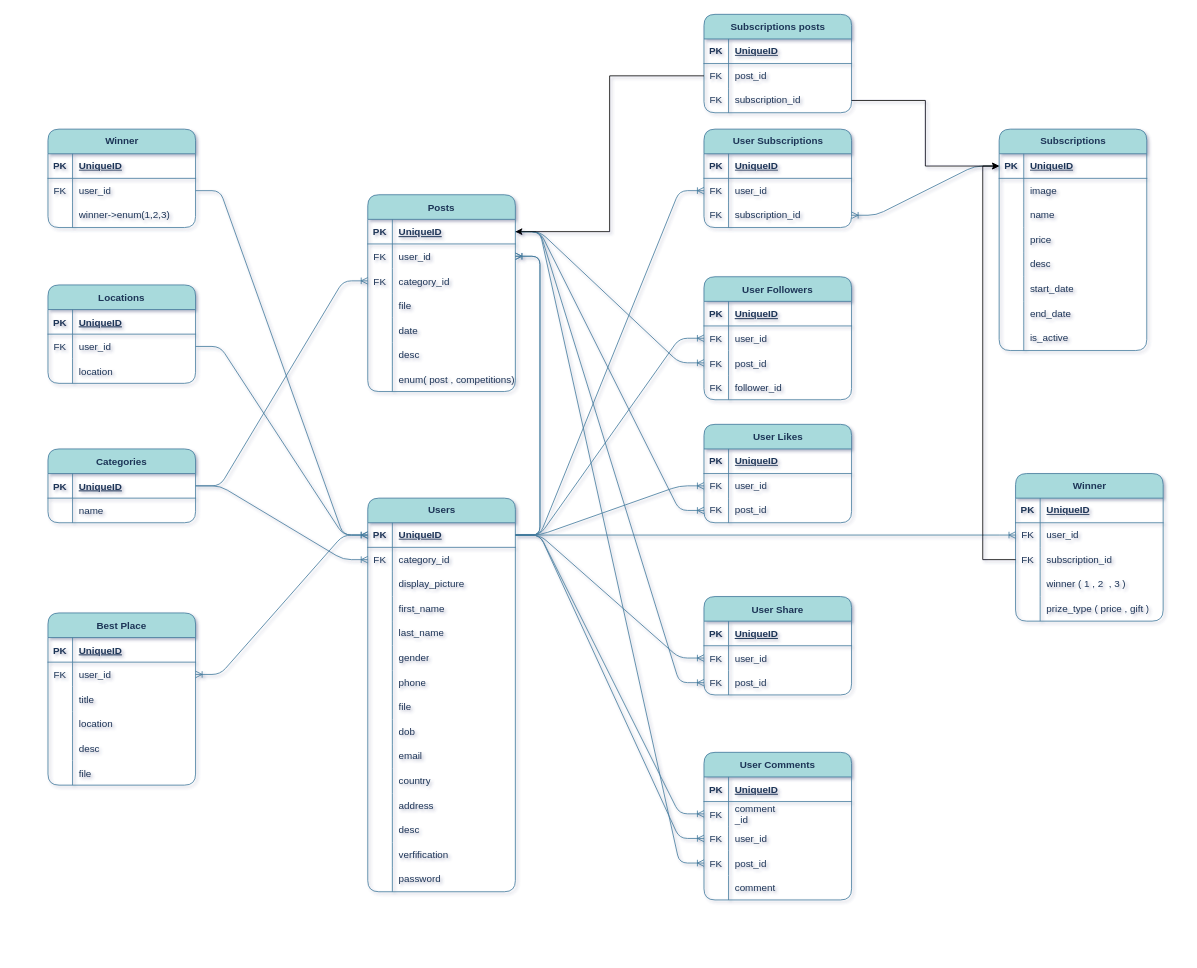
Before: drone.drawio in ShariqBinZaid/dashboard_drone, a draw.io diagram. Source tidied: cells renumbered, new cells numbered last; positions are measured from the earlier drawing's top-left corner, leaving out a move shared by most shapes. Both pictures are drawn from the tidied source at 82%, with x=0, y=0 at pixel (48, 14).
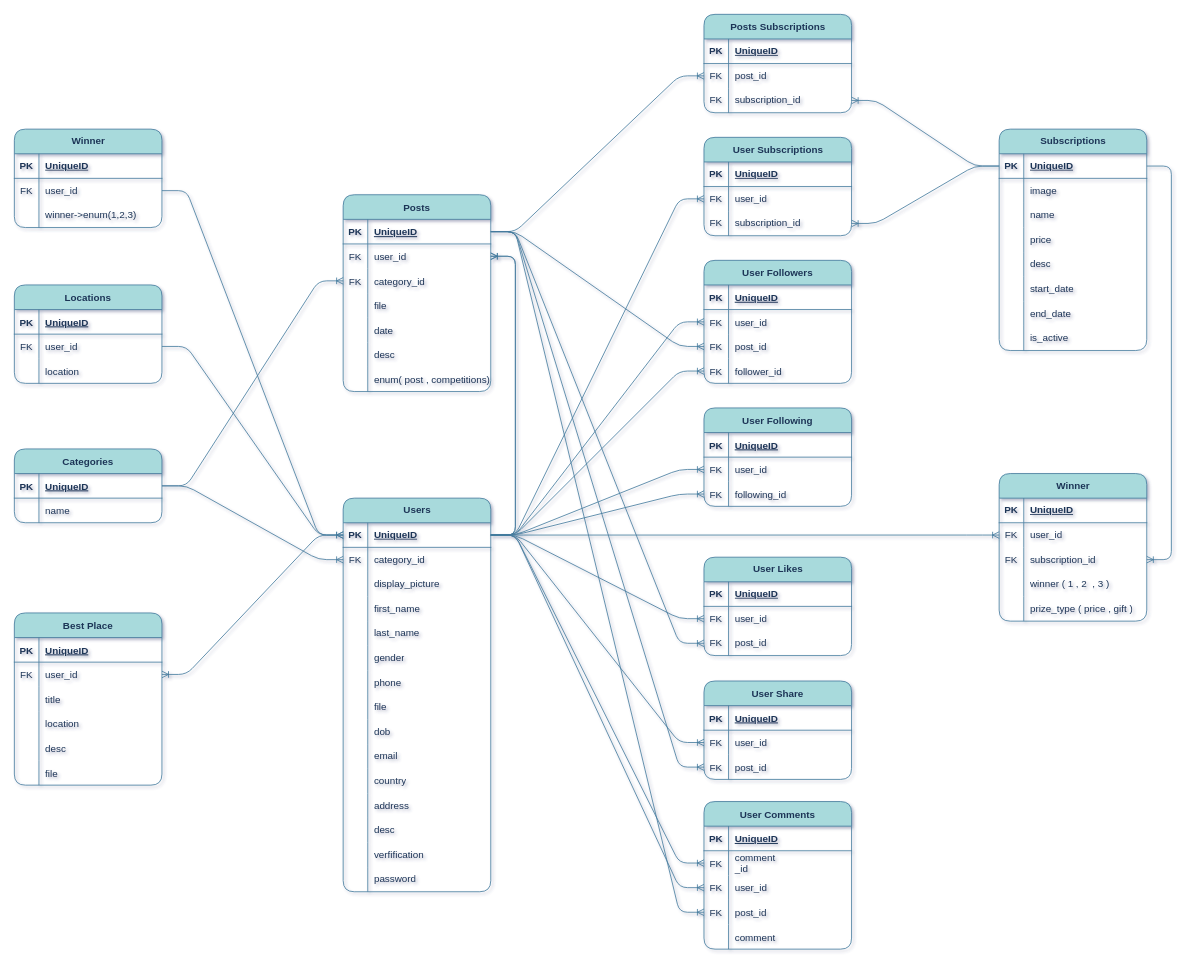
The same page after the edit.

Unchanged cells that the change refers to:
```xml
<mxCell id="3" style="shape=tableRow;horizontal=0;startSize=0;swimlaneHead=0;swimlaneBody=0;fillColor=none;points=[[0,0.5],[1,0.5]];portConstraint=eastwest;top=0;left=0;right=0;bottom=1;rounded=1;labelBackgroundColor=none;strokeColor=#457B9D;fontColor=#1D3557;" parent="2" vertex="1">
  <mxGeometry y="30" width="180" height="30" as="geometry" />
</mxCell>
<mxCell id="49" style="shape=tableRow;horizontal=0;startSize=0;swimlaneHead=0;swimlaneBody=0;fillColor=none;points=[[0,0.5],[1,0.5]];portConstraint=eastwest;top=0;left=0;right=0;bottom=1;labelBackgroundColor=none;strokeColor=#457B9D;fontColor=#1D3557;rounded=1;" parent="48" vertex="1">
  <mxGeometry y="30" width="180" height="30" as="geometry" />
</mxCell>
<mxCell id="95" style="shape=tableRow;horizontal=0;startSize=0;swimlaneHead=0;swimlaneBody=0;fillColor=none;points=[[0,0.5],[1,0.5]];portConstraint=eastwest;top=0;left=0;right=0;bottom=0;rounded=1;labelBackgroundColor=none;strokeColor=#457B9D;fontColor=#1D3557;" parent="85" vertex="1">
  <mxGeometry y="120" width="180" height="30" as="geometry" />
</mxCell>
<mxCell id="130" style="shape=tableRow;horizontal=0;startSize=0;swimlaneHead=0;swimlaneBody=0;fillColor=none;points=[[0,0.5],[1,0.5]];portConstraint=eastwest;top=0;left=0;right=0;bottom=1;rounded=1;labelBackgroundColor=none;strokeColor=#457B9D;fontColor=#1D3557;" parent="129" vertex="1">
  <mxGeometry y="30" width="180" height="30" as="geometry" />
</mxCell>
<mxCell id="133" style="shape=tableRow;horizontal=0;startSize=0;swimlaneHead=0;swimlaneBody=0;fillColor=none;points=[[0,0.5],[1,0.5]];portConstraint=eastwest;top=0;left=0;right=0;bottom=0;rounded=1;labelBackgroundColor=none;strokeColor=#457B9D;fontColor=#1D3557;" parent="129" vertex="1">
  <mxGeometry y="60" width="180" height="30" as="geometry" />
</mxCell>
<mxCell id="211" style="shape=tableRow;horizontal=0;startSize=0;swimlaneHead=0;swimlaneBody=0;fillColor=none;points=[[0,0.5],[1,0.5]];portConstraint=eastwest;top=0;left=0;right=0;bottom=0;labelBackgroundColor=none;strokeColor=#457B9D;fontColor=#1D3557;rounded=1;" parent="204" vertex="1">
  <mxGeometry y="90" width="180" height="30" as="geometry" />
</mxCell>
<mxCell id="240" style="shape=tableRow;horizontal=0;startSize=0;swimlaneHead=0;swimlaneBody=0;fillColor=none;points=[[0,0.5],[1,0.5]];portConstraint=eastwest;top=0;left=0;right=0;bottom=0;labelBackgroundColor=none;strokeColor=#457B9D;fontColor=#1D3557;rounded=1;" parent="236" vertex="1">
  <mxGeometry y="60" width="180" height="30" as="geometry" />
</mxCell>
<mxCell id="243" style="shape=tableRow;horizontal=0;startSize=0;swimlaneHead=0;swimlaneBody=0;fillColor=none;points=[[0,0.5],[1,0.5]];portConstraint=eastwest;top=0;left=0;right=0;bottom=0;labelBackgroundColor=none;strokeColor=#457B9D;fontColor=#1D3557;rounded=1;" parent="236" vertex="1">
  <mxGeometry y="90" width="180" height="30" as="geometry" />
</mxCell>
```

Diff of the diagram source:
```diff
@@
     <mxCell id="2" value="Users" style="shape=table;startSize=30;childLayout=tableLayout;rowLines=0;fontStyle=1;align=center;html=1;rounded=1;labelBackgroundColor=none;fillColor=#A8DADC;strokeColor=#457B9D;fontColor=#1D3557;" parent="1" vertex="1">
-      <mxGeometry x="390" y="590" width="180" height="480" as="geometry" />
+      <mxGeometry x="360" y="590" width="180" height="480" as="geometry" />
     </mxCell>
@@
     <mxCell id="73" value="User Subscriptions" style="shape=table;startSize=30;childLayout=tableLayout;rowLines=0;fontStyle=1;align=center;html=1;labelBackgroundColor=none;fillColor=#A8DADC;strokeColor=#457B9D;fontColor=#1D3557;rounded=1;" parent="1" vertex="1">
-      <mxGeometry x="800" y="140" width="180" height="120" as="geometry" />
+      <mxGeometry x="800" y="150" width="180" height="120" as="geometry" />
     </mxCell>
@@
     <mxCell id="85" value="User Followers" style="shape=table;startSize=30;childLayout=tableLayout;rowLines=0;fontStyle=1;align=center;rounded=1;labelBackgroundColor=none;fillColor=#A8DADC;strokeColor=#457B9D;fontColor=#1D3557;" parent="1" vertex="1">
-      <mxGeometry x="800" y="320" width="180" height="150" as="geometry" />
+      <mxGeometry x="800" y="300" width="180" height="150" as="geometry" />
     </mxCell>
@@
     <mxCell id="99" value="User Likes" style="shape=table;startSize=30;childLayout=tableLayout;rowLines=0;fontStyle=1;align=center;html=1;labelBackgroundColor=none;fillColor=#A8DADC;strokeColor=#457B9D;fontColor=#1D3557;rounded=1;" parent="1" vertex="1">
-      <mxGeometry x="800" y="500" width="180" height="120" as="geometry" />
+      <mxGeometry x="800" y="662" width="180" height="120" as="geometry" />
     </mxCell>
@@
     <mxCell id="110" value="User Comments" style="shape=table;startSize=30;childLayout=tableLayout;rowLines=0;fontStyle=1;align=center;rounded=1;labelBackgroundColor=none;fillColor=#A8DADC;strokeColor=#457B9D;fontColor=#1D3557;" parent="1" vertex="1">
-      <mxGeometry x="800" y="900" width="180" height="180" as="geometry" />
+      <mxGeometry x="800" y="960" width="180" height="180" as="geometry" />
     </mxCell>
@@
     <mxCell id="129" value="Posts" style="shape=table;startSize=30;childLayout=tableLayout;rowLines=0;fontStyle=1;align=center;rounded=1;labelBackgroundColor=none;fillColor=#A8DADC;strokeColor=#457B9D;fontColor=#1D3557;" parent="1" vertex="1">
-      <mxGeometry x="390" y="220" width="180" height="240" as="geometry" />
+      <mxGeometry x="360" y="220" width="180" height="240" as="geometry" />
     </mxCell>
@@
     <mxCell id="151" style="edgeStyle=entityRelationEdgeStyle;fontSize=12;html=1;endArrow=ERoneToMany;rounded=1;labelBackgroundColor=none;strokeColor=#457B9D;fontColor=default;" parent="1" edge="1" source="3" target="133">
       <mxGeometry relative="1" as="geometry">
         <Array as="points">
-          <mxPoint x="1080" y="1030" />
+          <mxPoint x="1050" y="1030" />
         </Array>
       </mxGeometry>
     </mxCell>
     <mxCell id="152" value="Categories" style="shape=table;startSize=30;childLayout=tableLayout;rowLines=0;fontStyle=1;align=center;rounded=1;labelBackgroundColor=none;fillColor=#A8DADC;strokeColor=#457B9D;fontColor=#1D3557;" parent="1" vertex="1">
-      <mxGeometry y="530" width="180" height="90" as="geometry" />
+      <mxGeometry x="-41" y="530" width="180" height="90" as="geometry" />
     </mxCell>
@@
     <mxCell id="160" value="User Share" style="shape=table;startSize=30;childLayout=tableLayout;rowLines=0;fontStyle=1;align=center;rounded=1;labelBackgroundColor=none;fillColor=#A8DADC;strokeColor=#457B9D;fontColor=#1D3557;" parent="1" vertex="1">
-      <mxGeometry x="800" y="710" width="180" height="120" as="geometry" />
+      <mxGeometry x="800" y="813" width="180" height="120" as="geometry" />
     </mxCell>
@@
     <mxCell id="173" value="Best Place" style="shape=table;startSize=30;childLayout=tableLayout;rowLines=0;fontStyle=1;align=center;rounded=1;labelBackgroundColor=none;fillColor=#A8DADC;strokeColor=#457B9D;fontColor=#1D3557;" parent="1" vertex="1">
-      <mxGeometry y="730" width="180" height="210" as="geometry" />
+      <mxGeometry x="-41" y="730" width="180" height="210" as="geometry" />
     </mxCell>
@@
     <mxCell id="193" value="Locations" style="shape=table;startSize=30;childLayout=tableLayout;rowLines=0;fontStyle=1;align=center;rounded=1;labelBackgroundColor=none;fillColor=#A8DADC;strokeColor=#457B9D;fontColor=#1D3557;" parent="1" vertex="1">
-      <mxGeometry y="330" width="180" height="120" as="geometry" />
+      <mxGeometry x="-41" y="330" width="180" height="120" as="geometry" />
     </mxCell>
@@
     <mxCell id="204" value="Winner" style="shape=table;startSize=30;childLayout=tableLayout;rowLines=0;fontStyle=1;align=center;html=1;labelBackgroundColor=none;fillColor=#A8DADC;strokeColor=#457B9D;fontColor=#1D3557;rounded=1;" parent="1" vertex="1">
-      <mxGeometry x="1180" y="560" width="180" height="180" as="geometry" />
+      <mxGeometry x="1160" y="560" width="180" height="180" as="geometry" />
     </mxCell>
@@
     <mxCell id="222" style="edgeStyle=entityRelationEdgeStyle;fontSize=12;html=1;endArrow=ERoneToMany;rounded=1;labelBackgroundColor=none;strokeColor=#457B9D;fontColor=default;" parent="1" edge="1" source="3" target="133">
       <mxGeometry relative="1" as="geometry">
         <Array as="points">
-          <mxPoint x="280" y="845" />
+          <mxPoint x="250" y="845" />
         </Array>
       </mxGeometry>
     </mxCell>
@@
     <mxCell id="224" value="Winner" style="shape=table;startSize=30;childLayout=tableLayout;rowLines=0;fontStyle=1;align=center;html=1;labelBackgroundColor=none;fillColor=#A8DADC;strokeColor=#457B9D;fontColor=#1D3557;rounded=1;" parent="1" vertex="1">
-      <mxGeometry y="140" width="180" height="120" as="geometry" />
+      <mxGeometry x="-41" y="140" width="180" height="120" as="geometry" />
     </mxCell>
@@
-    <mxCell id="235" style="edgeStyle=orthogonalEdgeStyle;rounded=0;jettySize=auto;html=1;exitX=0;exitY=0.5;exitDx=0;exitDy=0;entryX=0;entryY=0.5;entryDx=0;entryDy=0;" parent="1" edge="1" source="211" target="49">
-      <mxGeometry relative="1" as="geometry" />
-    </mxCell>
-    <mxCell id="236" value="Subscriptions posts" style="shape=table;startSize=30;childLayout=tableLayout;rowLines=0;fontStyle=1;align=center;html=1;labelBackgroundColor=none;fillColor=#A8DADC;strokeColor=#457B9D;fontColor=#1D3557;rounded=1;" parent="1" vertex="1">
+    <mxCell id="236" value="Posts Subscriptions" style="shape=table;startSize=30;childLayout=tableLayout;rowLines=0;fontStyle=1;align=center;html=1;labelBackgroundColor=none;fillColor=#A8DADC;strokeColor=#457B9D;fontColor=#1D3557;rounded=1;" parent="1" vertex="1">
       <mxGeometry x="800" width="180" height="120" as="geometry" />
     </mxCell>
@@
-    <mxCell id="246" style="edgeStyle=orthogonalEdgeStyle;rounded=0;jettySize=auto;html=1;exitX=0;exitY=0.5;exitDx=0;exitDy=0;" parent="1" edge="1" source="240" target="130">
-      <mxGeometry relative="1" as="geometry" />
-    </mxCell>
-    <mxCell id="247" style="edgeStyle=orthogonalEdgeStyle;rounded=0;jettySize=auto;html=1;exitX=1;exitY=0.5;exitDx=0;exitDy=0;entryX=0;entryY=0.5;entryDx=0;entryDy=0;" parent="1" edge="1" source="243" target="49">
-      <mxGeometry relative="1" as="geometry" />
-    </mxCell>
+    <mxCell id="248" style="edgeStyle=entityRelationEdgeStyle;fontSize=12;html=1;endArrow=ERoneToMany;rounded=1;labelBackgroundColor=none;strokeColor=#457B9D;fontColor=default;" parent="1" edge="1" source="49" target="211">
+      <mxGeometry relative="1" as="geometry">
+        <Array as="points">
+          <mxPoint x="1130" y="610" />
+        </Array>
+      </mxGeometry>
+    </mxCell>
+    <mxCell id="249" style="edgeStyle=entityRelationEdgeStyle;fontSize=12;html=1;endArrow=ERoneToMany;rounded=1;labelBackgroundColor=none;strokeColor=#457B9D;fontColor=default;" parent="1" edge="1" source="49" target="243">
+      <mxGeometry relative="1" as="geometry">
+        <Array as="points">
+          <mxPoint x="1130" y="610" />
+        </Array>
+      </mxGeometry>
+    </mxCell>
+    <mxCell id="250" style="edgeStyle=entityRelationEdgeStyle;fontSize=12;html=1;endArrow=ERoneToMany;rounded=1;labelBackgroundColor=none;strokeColor=#457B9D;fontColor=default;" parent="1" edge="1" source="130" target="240">
+      <mxGeometry relative="1" as="geometry">
+        <Array as="points">
+          <mxPoint x="1140" y="620" />
+        </Array>
+      </mxGeometry>
+    </mxCell>
+    <mxCell id="251" value="User Following" style="shape=table;startSize=30;childLayout=tableLayout;rowLines=0;fontStyle=1;align=center;rounded=1;labelBackgroundColor=none;fillColor=#A8DADC;strokeColor=#457B9D;fontColor=#1D3557;" parent="1" vertex="1">
+      <mxGeometry x="800" y="480" width="180" height="120" as="geometry" />
+    </mxCell>
+    <mxCell id="252" style="shape=tableRow;horizontal=0;startSize=0;swimlaneHead=0;swimlaneBody=0;fillColor=none;top=0;left=0;right=0;bottom=1;rounded=1;labelBackgroundColor=none;strokeColor=#457B9D;fontColor=#1D3557;" parent="251" vertex="1">
+      <mxGeometry y="30" width="180" height="30" as="geometry" />
+    </mxCell>
+    <mxCell id="253" value="PK" style="shape=partialRectangle;fillColor=none;top=0;left=0;bottom=0;right=0;fontStyle=1;overflow=hidden;rounded=1;labelBackgroundColor=none;strokeColor=#457B9D;fontColor=#1D3557;" parent="252" vertex="1">
+      <mxGeometry width="30" height="30" as="geometry" />
+    </mxCell>
+    <mxCell id="254" value="UniqueID" style="shape=partialRectangle;fillColor=none;top=0;left=0;bottom=0;right=0;align=left;spacingLeft=6;fontStyle=5;overflow=hidden;rounded=1;labelBackgroundColor=none;strokeColor=#457B9D;fontColor=#1D3557;" parent="252" vertex="1">
+      <mxGeometry x="30" width="150" height="30" as="geometry" />
+    </mxCell>
+    <mxCell id="255" style="shape=tableRow;horizontal=0;startSize=0;swimlaneHead=0;swimlaneBody=0;fillColor=none;points=[[0,0.5],[1,0.5]];portConstraint=eastwest;top=0;left=0;right=0;bottom=0;rounded=1;labelBackgroundColor=none;strokeColor=#457B9D;fontColor=#1D3557;" parent="251" vertex="1">
+      <mxGeometry y="60" width="180" height="30" as="geometry" />
+    </mxCell>
+    <mxCell id="256" value="FK" style="shape=partialRectangle;fillColor=none;top=0;left=0;bottom=0;right=0;overflow=hidden;rounded=1;labelBackgroundColor=none;strokeColor=#457B9D;fontColor=#1D3557;" parent="255" vertex="1">
+      <mxGeometry width="30" height="30" as="geometry" />
+    </mxCell>
+    <mxCell id="257" value="user_id" style="shape=partialRectangle;fillColor=none;top=0;left=0;bottom=0;right=0;align=left;spacingLeft=6;overflow=hidden;rounded=1;labelBackgroundColor=none;strokeColor=#457B9D;fontColor=#1D3557;" parent="255" vertex="1">
+      <mxGeometry x="30" width="150" height="30" as="geometry" />
+    </mxCell>
+    <mxCell id="258" style="shape=tableRow;horizontal=0;startSize=0;swimlaneHead=0;swimlaneBody=0;fillColor=none;points=[[0,0.5],[1,0.5]];portConstraint=eastwest;top=0;left=0;right=0;bottom=0;rounded=1;labelBackgroundColor=none;strokeColor=#457B9D;fontColor=#1D3557;" parent="251" vertex="1">
+      <mxGeometry y="90" width="180" height="30" as="geometry" />
+    </mxCell>
+    <mxCell id="259" value="FK" style="shape=partialRectangle;fillColor=none;top=0;left=0;bottom=0;right=0;overflow=hidden;rounded=1;labelBackgroundColor=none;strokeColor=#457B9D;fontColor=#1D3557;" parent="258" vertex="1">
+      <mxGeometry width="30" height="30" as="geometry" />
+    </mxCell>
+    <mxCell id="260" value="following_id" style="shape=partialRectangle;fillColor=none;top=0;left=0;bottom=0;right=0;align=left;spacingLeft=6;overflow=hidden;rounded=1;labelBackgroundColor=none;strokeColor=#457B9D;fontColor=#1D3557;" parent="258" vertex="1">
+      <mxGeometry x="30" width="150" height="30" as="geometry" />
+    </mxCell>
+    <mxCell id="261" style="edgeStyle=entityRelationEdgeStyle;fontSize=12;html=1;endArrow=ERoneToMany;rounded=1;labelBackgroundColor=none;strokeColor=#457B9D;fontColor=default;" parent="1" edge="1" source="3" target="255">
+      <mxGeometry relative="1" as="geometry">
+        <Array as="points">
+          <mxPoint x="1150" y="630" />
+        </Array>
+      </mxGeometry>
+    </mxCell>
+    <mxCell id="262" style="edgeStyle=entityRelationEdgeStyle;fontSize=12;html=1;endArrow=ERoneToMany;rounded=1;labelBackgroundColor=none;strokeColor=#457B9D;fontColor=default;" parent="1" edge="1" source="3" target="258">
+      <mxGeometry relative="1" as="geometry">
+        <Array as="points">
+          <mxPoint x="1160" y="640" />
+        </Array>
+      </mxGeometry>
+    </mxCell>
+    <mxCell id="263" style="edgeStyle=entityRelationEdgeStyle;fontSize=12;html=1;endArrow=ERoneToMany;rounded=1;labelBackgroundColor=none;strokeColor=#457B9D;fontColor=default;" parent="1" edge="1" source="3" target="95">
+      <mxGeometry relative="1" as="geometry">
+        <Array as="points">
+          <mxPoint x="1160" y="640" />
+        </Array>
+      </mxGeometry>
+    </mxCell>
```
